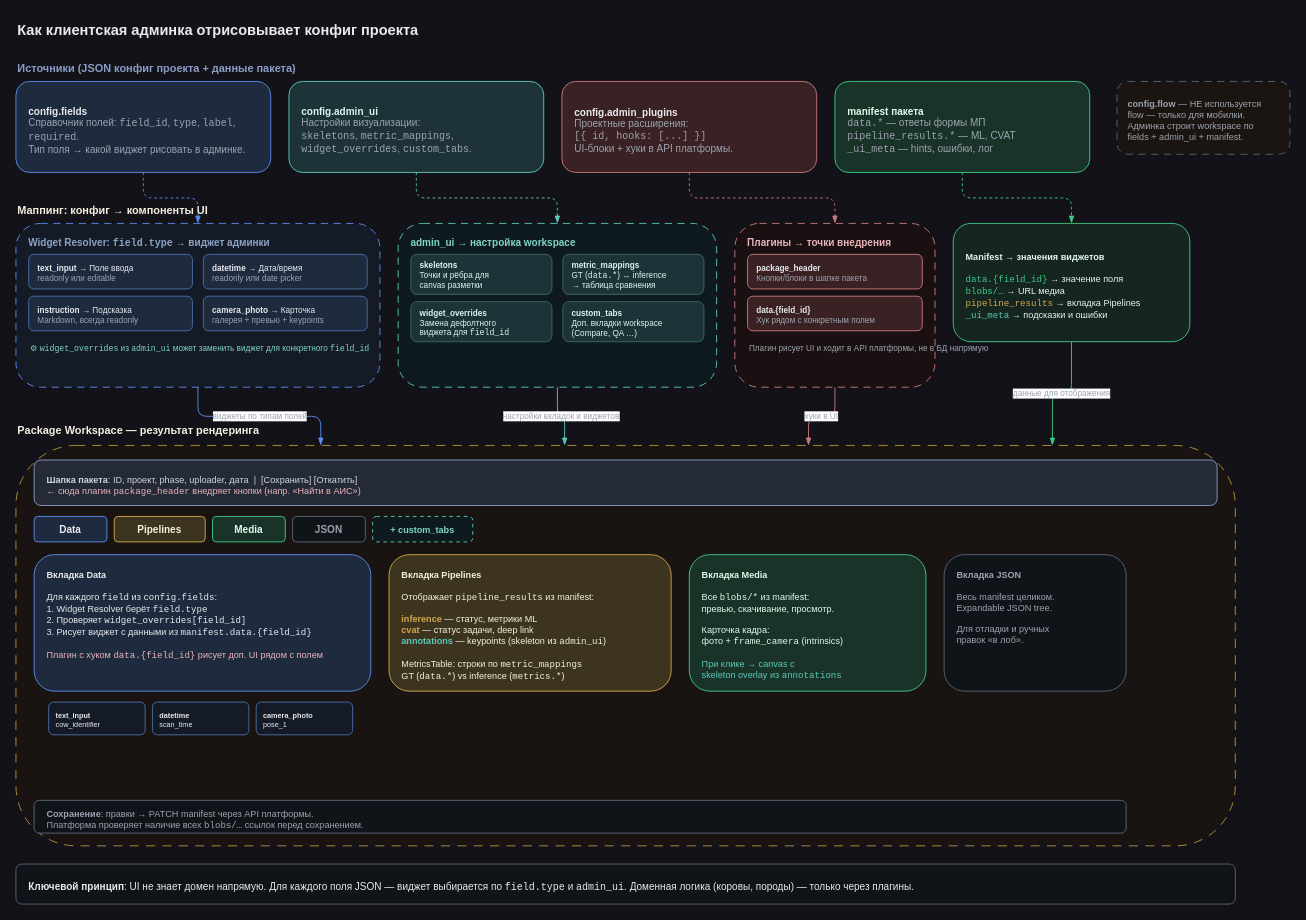
Above: page "Конфиг → UI клиентской админки" (2 of 2) of specs/main-scheme/01-abstract-config-entities.drawio in epoch8/data-collector (draw.io), before the change. Source tidied: cells renumbered, new cells numbered last; positions are measured from the earlier drawing's top-left corner, leaving out a move shared by most shapes. Both pictures are drawn from the tidied source at 91%, with x=0, y=0 at pixel (15, 15).
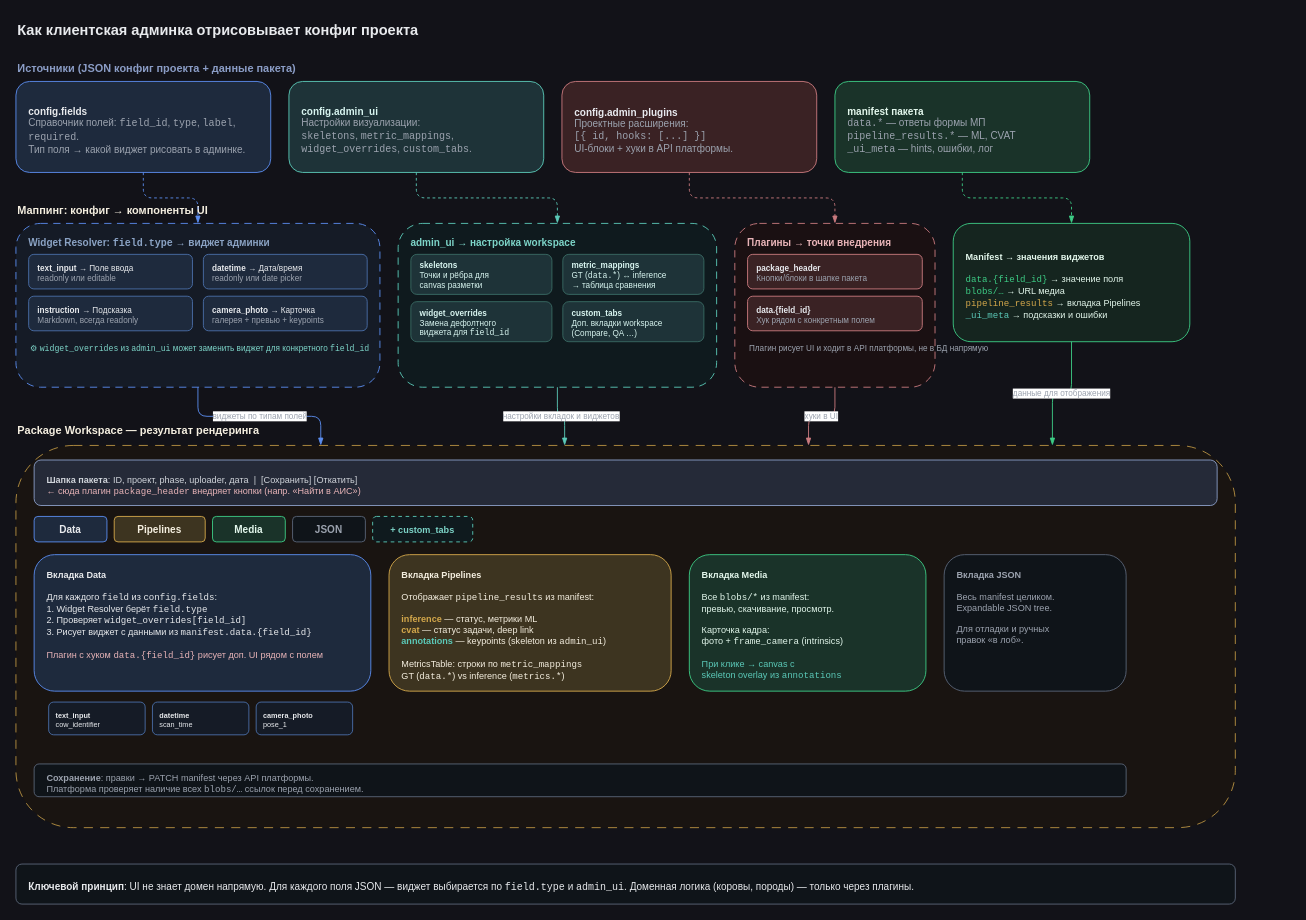
The same page after the edit.

The change refers to these unchanged cells:
```xml
<mxCell id="37" style="group;" parent="1" vertex="1">
  <mxGeometry y="472" width="1340" height="440" as="geometry" />
</mxCell>
```

Change to the diagram source:
```diff
@@
-    <mxCell id="8" value="&lt;b&gt;config.flow&lt;/b&gt; — НЕ используется&lt;br&gt;&lt;span style=&quot;color:#9CA3AF&quot;&gt;flow — только для мобилки.&lt;br&gt;Админка строит workspace по&lt;br&gt;fields + admin_ui + manifest.&lt;/span&gt;" style="rounded=1;whiteSpace=wrap;html=1;align=left;spacingLeft=10;spacingTop=6;fillColor=#1a1510;strokeColor=#5a6578;fontColor=#9CA3AF;fontSize=10;dashed=1;dashPattern=8 6;" parent="1" vertex="1">
-      <mxGeometry x="1210" y="72" width="190" height="80" as="geometry" />
-    </mxCell>
@@
     <mxCell id="38" style="rounded=1;whiteSpace=wrap;html=1;dashed=1;dashPattern=10 8;strokeColor=#D4A84B;fillColor=#1a1510;strokeWidth=1;opacity=85;" parent="37" vertex="1">
-      <mxGeometry width="1340" height="440" as="geometry" />
+      <mxGeometry width="1340" height="420" as="geometry" />
     </mxCell>
@@
     <mxCell id="52" value="&lt;b&gt;Сохранение&lt;/b&gt;: правки → PATCH manifest через API платформы.&lt;br&gt;Платформа проверяет наличие всех &lt;code&gt;blobs/…&lt;/code&gt; ссылок перед сохранением." style="rounded=1;whiteSpace=wrap;html=1;align=left;spacingLeft=12;spacingTop=8;fillColor=#0f1419;strokeColor=#5a6578;fontColor=#9CA3AF;fontSize=10;" parent="37" vertex="1">
-      <mxGeometry x="20" y="390" width="1200" height="36" as="geometry" />
+      <mxGeometry x="20" y="350" width="1200" height="36" as="geometry" />
     </mxCell>
```
